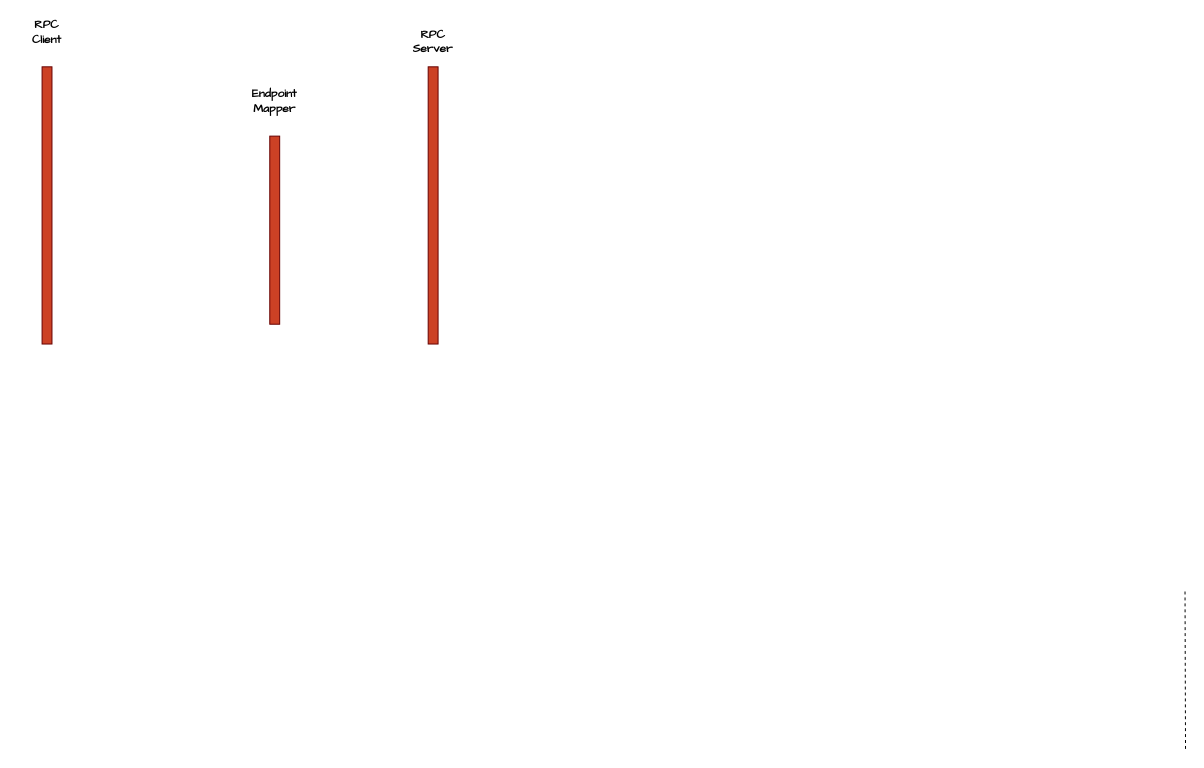
raghavmishra/diagrams keeps this draw.io diagram as rpc.drawio. Above is the earlier version. Source tidied: cells renumbered, new cells numbered last; positions are measured from the earlier drawing's top-left corner, leaving out a move shared by most shapes. Both pictures are drawn from the tidied source at 99%, with x=0, y=0 at pixel (17, 17).
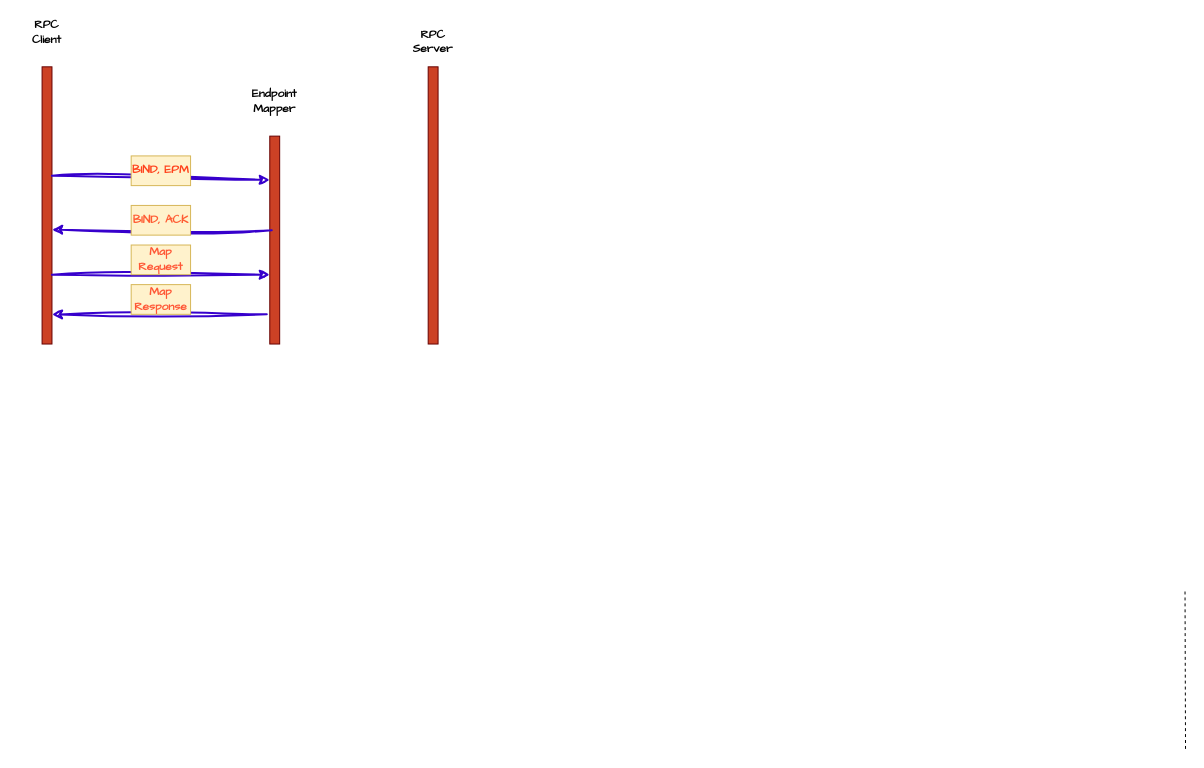
The same diagram, later.

Diff of the diagram source:
```diff
@@
     <mxCell id="4" style="fillColor=#CC4125;strokeColor=#660000;" parent="1" vertex="1">
-      <mxGeometry x="255" y="120" width="10" height="190" as="geometry" />
+      <mxGeometry x="255" y="120" width="10" height="210" as="geometry" />
     </mxCell>
@@
+    <mxCell id="9" style="endArrow=classic;html=1;rounded=0;sketch=1;hachureGap=4;jiggle=2;curveFitting=1;fontFamily=Architects Daughter;entryX=0;entryY=0.211;entryDx=0;entryDy=0;entryPerimeter=0;fillColor=#6a00ff;strokeColor=#3700CC;strokeWidth=2;" parent="1" edge="1" target="4">
+      <mxGeometry relative="1" as="geometry">
+        <mxPoint x="35" y="160" as="sourcePoint" />
+      </mxGeometry>
+    </mxCell>
+    <mxCell id="10" value="BIND, EPM" style="text;html=1;align=center;verticalAlign=middle;whiteSpace=wrap;rounded=0;fontFamily=Architects Daughter;fillColor=#fff2cc;strokeColor=#d6b656;fontColor=#FF421C;fontStyle=1;" parent="1" vertex="1">
+      <mxGeometry x="115" y="140" width="60" height="30" as="geometry" />
+    </mxCell>
+    <mxCell id="11" style="endArrow=classic;html=1;rounded=0;sketch=1;hachureGap=4;jiggle=2;curveFitting=1;fontFamily=Architects Daughter;fillColor=#6a00ff;strokeColor=#3700CC;strokeWidth=2;" parent="1" edge="1">
+      <mxGeometry relative="1" as="geometry">
+        <mxPoint x="257" y="215" as="sourcePoint" />
+        <mxPoint x="35" y="214.5" as="targetPoint" />
+        <Array as="points">
+          <mxPoint x="45" y="214.5" />
+        </Array>
+      </mxGeometry>
+    </mxCell>
+    <mxCell id="12" value="BIND, ACK" style="text;html=1;align=center;verticalAlign=middle;whiteSpace=wrap;rounded=0;fontFamily=Architects Daughter;fillColor=#fff2cc;strokeColor=#d6b656;fontColor=#FF5C33;fontStyle=1;" parent="1" vertex="1">
+      <mxGeometry x="115" y="190" width="60" height="30" as="geometry" />
+    </mxCell>
+    <mxCell id="13" style="endArrow=classic;html=1;rounded=0;sketch=1;hachureGap=4;jiggle=2;curveFitting=1;fontFamily=Architects Daughter;entryX=0;entryY=0.211;entryDx=0;entryDy=0;entryPerimeter=0;fillColor=#6a00ff;strokeColor=#3700CC;strokeWidth=2;" parent="1" edge="1">
+      <mxGeometry relative="1" as="geometry">
+        <mxPoint x="35" y="260" as="sourcePoint" />
+        <mxPoint x="255" y="260" as="targetPoint" />
+      </mxGeometry>
+    </mxCell>
+    <mxCell id="14" value="Map Request" style="text;html=1;align=center;verticalAlign=middle;whiteSpace=wrap;rounded=0;fontFamily=Architects Daughter;fillColor=#fff2cc;strokeColor=#d6b656;fontColor=#FF5736;fontStyle=1;" parent="1" vertex="1">
+      <mxGeometry x="115" y="230" width="60" height="30" as="geometry" />
+    </mxCell>
+    <mxCell id="15" style="endArrow=classic;html=1;rounded=0;sketch=1;hachureGap=4;jiggle=2;curveFitting=1;fontFamily=Architects Daughter;fillColor=#6a00ff;strokeColor=#3700CC;strokeWidth=2;exitX=-0.3;exitY=0.829;exitDx=0;exitDy=0;exitPerimeter=0;entryX=1;entryY=0.872;entryDx=0;entryDy=0;entryPerimeter=0;" parent="1" edge="1">
+      <mxGeometry relative="1" as="geometry">
+        <mxPoint x="252" y="300" as="sourcePoint" />
+        <mxPoint x="35" y="300.1" as="targetPoint" />
+      </mxGeometry>
+    </mxCell>
+    <mxCell id="16" value="Map Response" style="text;html=1;align=center;verticalAlign=middle;whiteSpace=wrap;rounded=0;fontFamily=Architects Daughter;fillColor=#fff2cc;strokeColor=#d6b656;fontColor=#FF5736;fontStyle=1;" parent="1" vertex="1">
+      <mxGeometry x="115" y="270" width="60" height="30" as="geometry" />
+    </mxCell>
```
